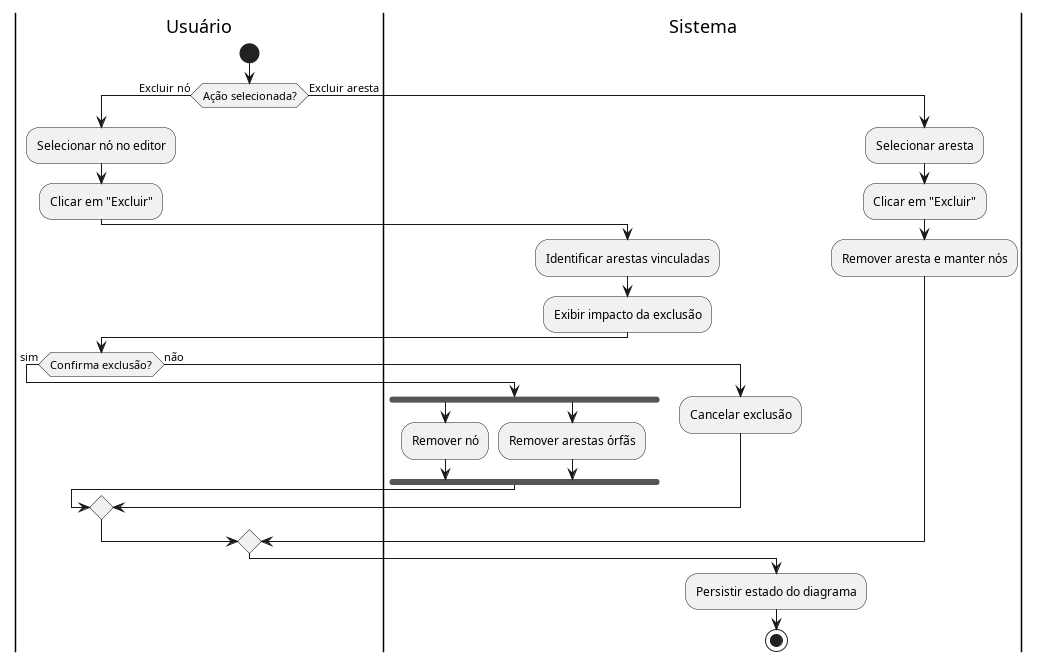
The PlantUML diagram docs/casosUso/imagens/diagramas_atividade/diagrama_UC18.png in aspiringluke/Projeto-Integrado-Mobile, before a commit. Its diagram source:
```plantuml
@startuml diagrama_UC18

|Usuário|
start
if (Ação selecionada?) then (Excluir nó)
  :Selecionar nó no editor;
  :Clicar em "Excluir";
  |Sistema|
  :Identificar arestas vinculadas;
  :Exibir impacto da exclusão;
  |Usuário|
  if (Confirma exclusão?) then (sim)
    |Sistema|
    fork
      :Remover nó;
    fork again
      :Remover arestas órfãs;
    end fork
  else (não)
    :Cancelar exclusão;
  endif
else (Excluir aresta)
  :Selecionar aresta;
  :Clicar em "Excluir";
  |Sistema|
  :Remover aresta e manter nós;
endif

|Sistema|
:Persistir estado do diagrama;
stop
@enduml
```
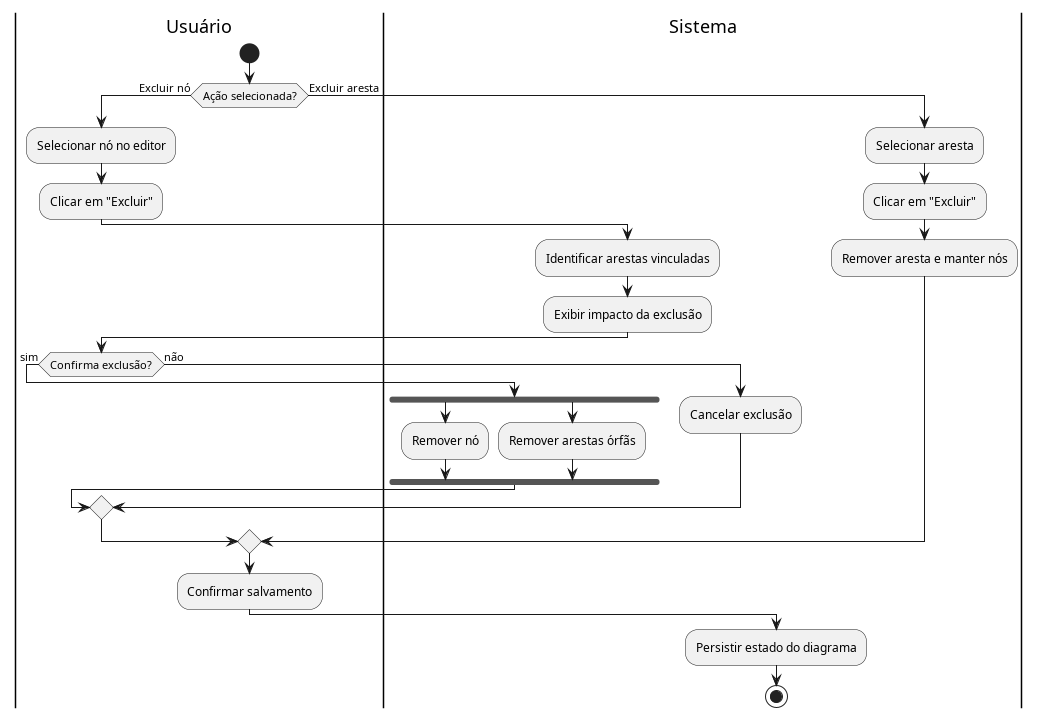
After the change.

Change to the diagram source:
```diff
@@ -26,6 +26,9 @@
   :Remover aresta e manter nós;
 endif
 
+|Usuário|
+:Confirmar salvamento;
+
 |Sistema|
 :Persistir estado do diagrama;
 stop
```
